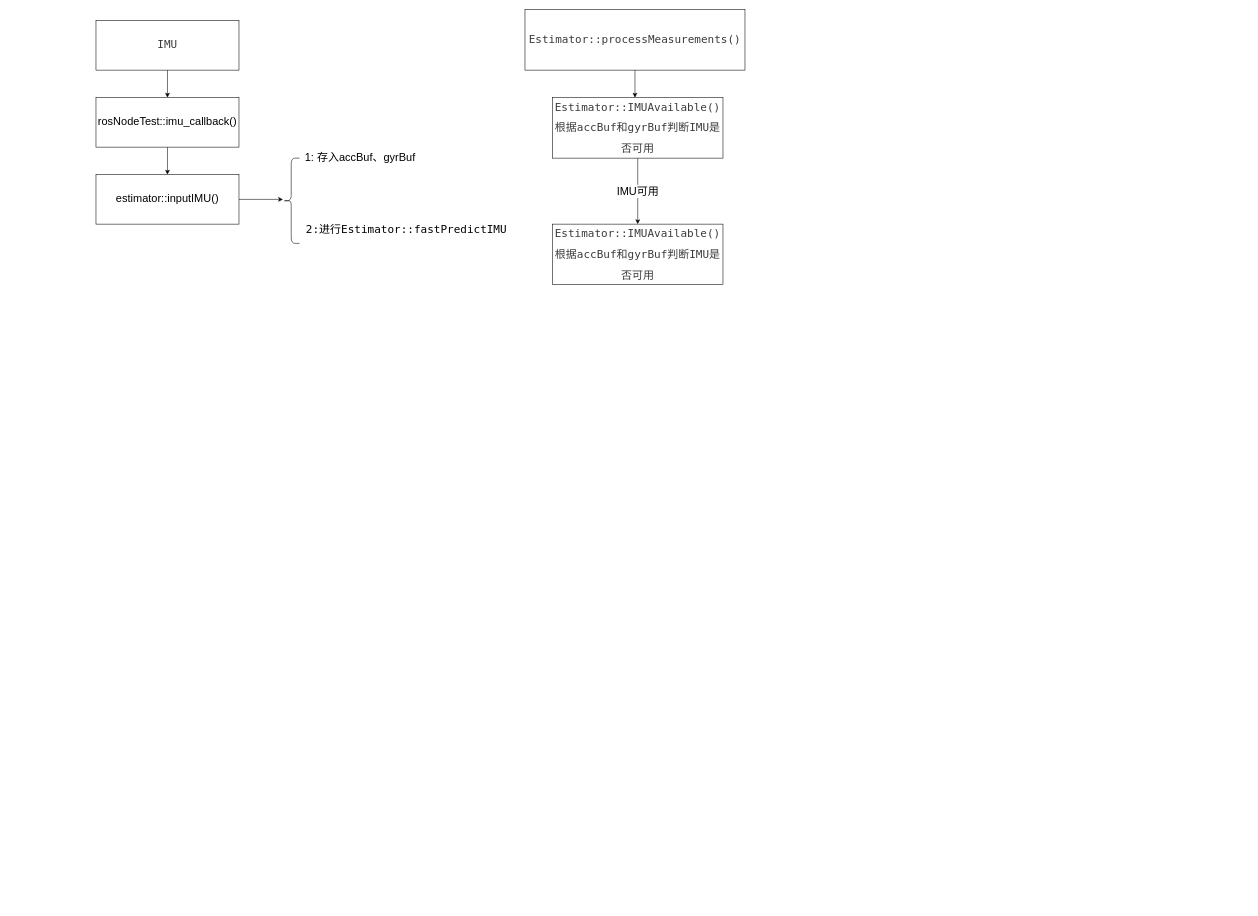
The draw.io diagram IMU阻塞处理.drawio in buyibo64/flowChart, before the edit. Source tidied: cells renumbered, new cells numbered last; positions are measured from the earlier drawing's top-left corner, leaving out a move shared by most shapes. Both pictures are drawn from the tidied source at 55%, with x=0, y=0 at pixel (96, 9).
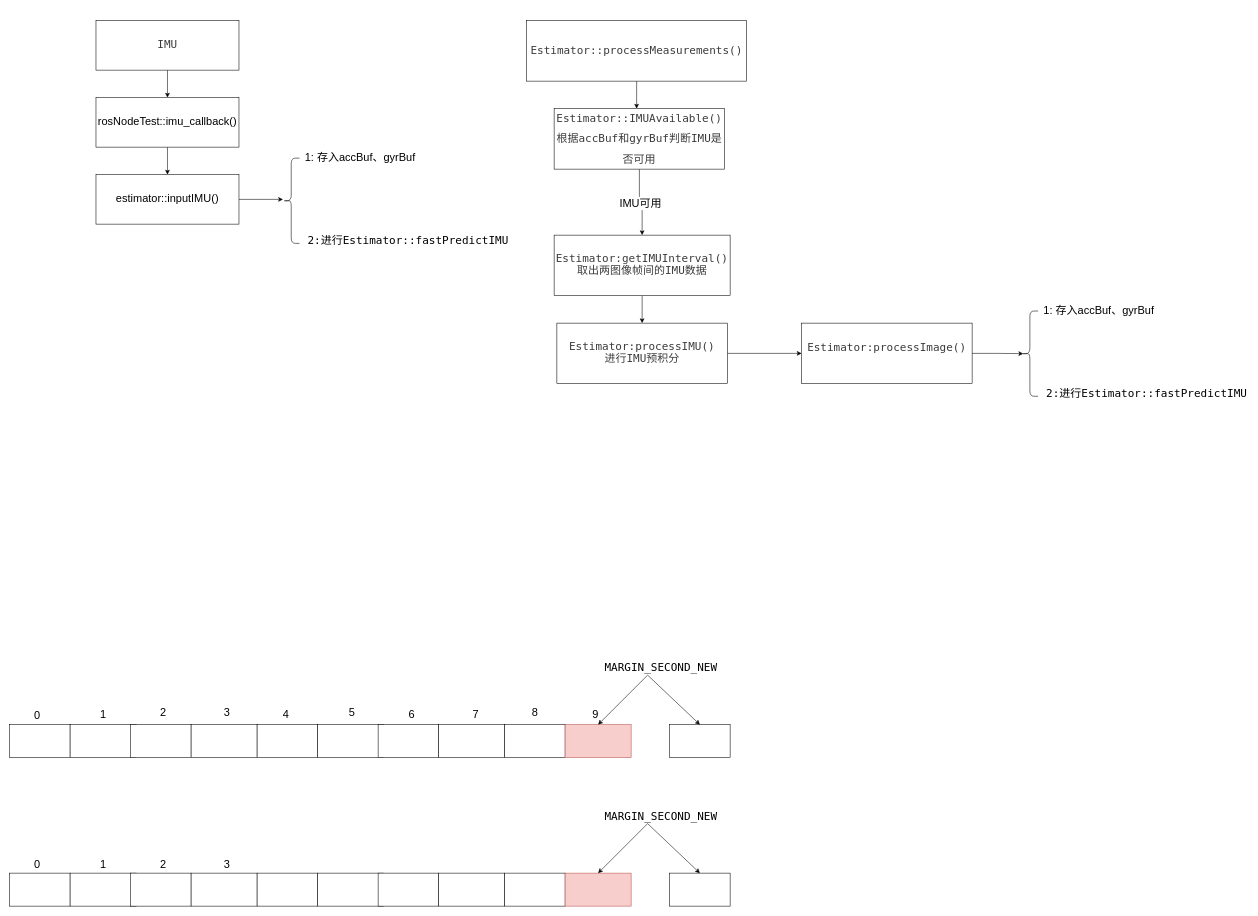
After the change.

Commit message:
更新IMU阻塞处理.drawio

The edit, as a diff of the source:
```diff
@@
     <mxCell id="10" value="&lt;font style=&quot;font-size: 20px;&quot;&gt;&lt;span class=&quot;mtk15&quot; style=&quot;font-family: &amp;quot;Droid Sans Mono&amp;quot;, &amp;quot;monospace&amp;quot;, monospace; font-style: normal; font-variant-ligatures: normal; font-variant-caps: normal; font-weight: 400; letter-spacing: normal; orphans: 2; text-align: start; text-indent: 0px; text-transform: none; widows: 2; word-spacing: 0px; -webkit-text-stroke-width: 0px; background-color: rgb(255, 255, 255); text-decoration-thickness: initial; text-decoration-style: initial; text-decoration-color: initial;&quot;&gt;2:进行Estimator&lt;/span&gt;&lt;span class=&quot;mtk1&quot; style=&quot;font-family: &amp;quot;Droid Sans Mono&amp;quot;, &amp;quot;monospace&amp;quot;, monospace; font-style: normal; font-variant-ligatures: normal; font-variant-caps: normal; font-weight: 400; letter-spacing: normal; orphans: 2; text-align: start; text-indent: 0px; text-transform: none; widows: 2; word-spacing: 0px; -webkit-text-stroke-width: 0px; background-color: rgb(255, 255, 255); text-decoration-thickness: initial; text-decoration-style: initial; text-decoration-color: initial;&quot;&gt;::&lt;/span&gt;&lt;span class=&quot;mtk14&quot; style=&quot;font-family: &amp;quot;Droid Sans Mono&amp;quot;, &amp;quot;monospace&amp;quot;, monospace; font-style: normal; font-variant-ligatures: normal; font-variant-caps: normal; font-weight: 400; letter-spacing: normal; orphans: 2; text-align: start; text-indent: 0px; text-transform: none; widows: 2; word-spacing: 0px; -webkit-text-stroke-width: 0px; background-color: rgb(255, 255, 255); text-decoration-thickness: initial; text-decoration-style: initial; text-decoration-color: initial;&quot;&gt;fastPredictIMU&lt;/span&gt;&lt;/font&gt;" style="text;whiteSpace=wrap;html=1;" parent="1" vertex="1">
-      <mxGeometry x="380" y="380" width="490" height="40" as="geometry" />
+      <mxGeometry x="383" y="400" width="370" height="40" as="geometry" />
     </mxCell>
     <mxCell id="11" style="edgeStyle=orthogonalEdgeStyle;rounded=0;jettySize=auto;html=1;exitX=0.5;exitY=1;exitDx=0;exitDy=0;" parent="1" edge="1" source="12">
       <mxGeometry relative="1" as="geometry">
-        <mxPoint x="980" y="160" as="targetPoint" />
+        <mxPoint x="983" y="180" as="targetPoint" />
       </mxGeometry>
     </mxCell>
     <mxCell id="12" value="&lt;div style=&quot;background-color: rgb(255, 255, 255); font-family: &amp;quot;Droid Sans Mono&amp;quot;, &amp;quot;monospace&amp;quot;, monospace; line-height: 196%; font-size: 20px;&quot;&gt;&lt;div style=&quot;line-height: 19px;&quot;&gt;&lt;font color=&quot;#3b3b3b&quot;&gt;Estimator::processMeasurements()&lt;/font&gt;&lt;/div&gt;&lt;/div&gt;" style="rounded=0;whiteSpace=wrap;html=1;" parent="1" vertex="1">
-      <mxGeometry x="780" width="400" height="110" as="geometry" />
+      <mxGeometry x="783" y="20" width="400" height="110" as="geometry" />
     </mxCell>
@@
     <mxCell id="15" value="&lt;div style=&quot;background-color: rgb(255, 255, 255); line-height: 196%;&quot;&gt;&lt;div style=&quot;line-height: 19px; font-size: 20px;&quot;&gt;&lt;div style=&quot;font-family: &amp;quot;Droid Sans Mono&amp;quot;, &amp;quot;monospace&amp;quot;, monospace; line-height: 19px;&quot;&gt;&lt;font color=&quot;#3b3b3b&quot;&gt;Estimator::IMUAvailable()&lt;/font&gt;&lt;/div&gt;&lt;div style=&quot;font-family: &amp;quot;Droid Sans Mono&amp;quot;, &amp;quot;monospace&amp;quot;, monospace; line-height: 19px;&quot;&gt;&lt;font color=&quot;#3b3b3b&quot;&gt;&lt;br&gt;&lt;/font&gt;&lt;/div&gt;&lt;div style=&quot;font-family: &amp;quot;Droid Sans Mono&amp;quot;, &amp;quot;monospace&amp;quot;, monospace; line-height: 19px;&quot;&gt;&lt;font color=&quot;#3b3b3b&quot;&gt;根据accBuf和gyrBuf判断IMU是&lt;/font&gt;&lt;/div&gt;&lt;div style=&quot;font-family: &amp;quot;Droid Sans Mono&amp;quot;, &amp;quot;monospace&amp;quot;, monospace; line-height: 19px;&quot;&gt;&lt;font color=&quot;#3b3b3b&quot;&gt;&lt;br&gt;&lt;/font&gt;&lt;/div&gt;&lt;div style=&quot;font-family: &amp;quot;Droid Sans Mono&amp;quot;, &amp;quot;monospace&amp;quot;, monospace; line-height: 19px;&quot;&gt;&lt;font color=&quot;#3b3b3b&quot;&gt;否可用&lt;/font&gt;&lt;/div&gt;&lt;/div&gt;&lt;/div&gt;" style="rounded=0;whiteSpace=wrap;html=1;" parent="1" vertex="1">
-      <mxGeometry x="830" y="160" width="310" height="110" as="geometry" />
+      <mxGeometry x="833" y="180" width="310" height="110" as="geometry" />
     </mxCell>
+    <mxCell id="17" style="edgeStyle=orthogonalEdgeStyle;rounded=0;jettySize=auto;html=1;exitX=0.5;exitY=1;exitDx=0;exitDy=0;entryX=0.5;entryY=0;entryDx=0;entryDy=0;" parent="1" edge="1" source="16" target="19">
+      <mxGeometry relative="1" as="geometry" />
+    </mxCell>
-    <mxCell id="16" value="&lt;div style=&quot;background-color: rgb(255, 255, 255); line-height: 196%;&quot;&gt;&lt;div style=&quot;line-height: 19px; font-size: 20px;&quot;&gt;&lt;div style=&quot;font-family: &amp;quot;Droid Sans Mono&amp;quot;, &amp;quot;monospace&amp;quot;, monospace; line-height: 19px;&quot;&gt;&lt;font color=&quot;#3b3b3b&quot;&gt;Estimator::IMUAvailable()&lt;/font&gt;&lt;/div&gt;&lt;div style=&quot;font-family: &amp;quot;Droid Sans Mono&amp;quot;, &amp;quot;monospace&amp;quot;, monospace; line-height: 19px;&quot;&gt;&lt;font color=&quot;#3b3b3b&quot;&gt;&lt;br&gt;&lt;/font&gt;&lt;/div&gt;&lt;div style=&quot;font-family: &amp;quot;Droid Sans Mono&amp;quot;, &amp;quot;monospace&amp;quot;, monospace; line-height: 19px;&quot;&gt;&lt;font color=&quot;#3b3b3b&quot;&gt;根据accBuf和gyrBuf判断IMU是&lt;/font&gt;&lt;/div&gt;&lt;div style=&quot;font-family: &amp;quot;Droid Sans Mono&amp;quot;, &amp;quot;monospace&amp;quot;, monospace; line-height: 19px;&quot;&gt;&lt;font color=&quot;#3b3b3b&quot;&gt;&lt;br&gt;&lt;/font&gt;&lt;/div&gt;&lt;div style=&quot;font-family: &amp;quot;Droid Sans Mono&amp;quot;, &amp;quot;monospace&amp;quot;, monospace; line-height: 19px;&quot;&gt;&lt;font color=&quot;#3b3b3b&quot;&gt;否可用&lt;/font&gt;&lt;/div&gt;&lt;/div&gt;&lt;/div&gt;" style="rounded=0;whiteSpace=wrap;html=1;" parent="1" vertex="1">
-      <mxGeometry x="830" y="390" width="310" height="110" as="geometry" />
+    <mxCell id="16" value="&lt;div style=&quot;background-color: rgb(255, 255, 255); line-height: 196%;&quot;&gt;&lt;div style=&quot;line-height: 19px;&quot;&gt;&lt;div style=&quot;font-family: &amp;quot;Droid Sans Mono&amp;quot;, &amp;quot;monospace&amp;quot;, monospace; line-height: 19px;&quot;&gt;&lt;div style=&quot;color: rgb(59, 59, 59); line-height: 19px;&quot;&gt;&lt;font style=&quot;font-size: 20px;&quot;&gt;Estimator:getIMUInterval()&lt;/font&gt;&lt;/div&gt;&lt;div style=&quot;color: rgb(59, 59, 59); line-height: 19px;&quot;&gt;&lt;span style=&quot;font-size: 20px;&quot;&gt;取出两图像帧间的IMU数据&lt;/span&gt;&lt;/div&gt;&lt;/div&gt;&lt;/div&gt;&lt;/div&gt;" style="rounded=0;whiteSpace=wrap;html=1;" parent="1" vertex="1">
+      <mxGeometry x="833" y="410" width="320" height="110" as="geometry" />
     </mxCell>
+    <mxCell id="18" style="edgeStyle=orthogonalEdgeStyle;rounded=0;jettySize=auto;html=1;exitX=1;exitY=0.5;exitDx=0;exitDy=0;entryX=0;entryY=0.5;entryDx=0;entryDy=0;" parent="1" edge="1" source="19" target="37">
+      <mxGeometry relative="1" as="geometry" />
+    </mxCell>
+    <mxCell id="19" value="&lt;div style=&quot;background-color: rgb(255, 255, 255); line-height: 196%;&quot;&gt;&lt;div style=&quot;line-height: 19px;&quot;&gt;&lt;div style=&quot;font-family: &amp;quot;Droid Sans Mono&amp;quot;, &amp;quot;monospace&amp;quot;, monospace; line-height: 19px;&quot;&gt;&lt;div style=&quot;color: rgb(59, 59, 59); line-height: 19px;&quot;&gt;&lt;font style=&quot;font-size: 20px;&quot;&gt;Estimator:processIMU&lt;/font&gt;&lt;span style=&quot;font-size: 20px;&quot;&gt;()&lt;/span&gt;&lt;/div&gt;&lt;div style=&quot;color: rgb(59, 59, 59); line-height: 19px;&quot;&gt;&lt;span style=&quot;font-size: 20px;&quot;&gt;进行IMU预积分&lt;/span&gt;&lt;/div&gt;&lt;/div&gt;&lt;/div&gt;&lt;/div&gt;" style="rounded=0;whiteSpace=wrap;html=1;" parent="1" vertex="1">
+      <mxGeometry x="838" y="570" width="310" height="110" as="geometry" />
+    </mxCell>
+    <mxCell id="20" style="rounded=0;whiteSpace=wrap;html=1;" parent="1" vertex="1">
+      <mxGeometry x="-157" y="1300" width="110" height="60" as="geometry" />
+    </mxCell>
+    <mxCell id="21" style="rounded=0;whiteSpace=wrap;html=1;" parent="1" vertex="1">
+      <mxGeometry x="-47" y="1300" width="120" height="60" as="geometry" />
+    </mxCell>
+    <mxCell id="22" style="rounded=0;whiteSpace=wrap;html=1;" parent="1" vertex="1">
+      <mxGeometry x="63" y="1300" width="110" height="60" as="geometry" />
+    </mxCell>
+    <mxCell id="23" style="rounded=0;whiteSpace=wrap;html=1;" parent="1" vertex="1">
+      <mxGeometry x="173" y="1300" width="120" height="60" as="geometry" />
+    </mxCell>
+    <mxCell id="24" style="rounded=0;whiteSpace=wrap;html=1;" parent="1" vertex="1">
+      <mxGeometry x="293" y="1300" width="110" height="60" as="geometry" />
+    </mxCell>
+    <mxCell id="25" style="rounded=0;whiteSpace=wrap;html=1;" parent="1" vertex="1">
+      <mxGeometry x="403" y="1300" width="120" height="60" as="geometry" />
+    </mxCell>
+    <mxCell id="26" style="rounded=0;whiteSpace=wrap;html=1;" parent="1" vertex="1">
+      <mxGeometry x="513" y="1300" width="110" height="60" as="geometry" />
+    </mxCell>
+    <mxCell id="27" style="rounded=0;whiteSpace=wrap;html=1;" parent="1" vertex="1">
+      <mxGeometry x="623" y="1300" width="120" height="60" as="geometry" />
+    </mxCell>
+    <mxCell id="28" style="rounded=0;whiteSpace=wrap;html=1;" parent="1" vertex="1">
+      <mxGeometry x="743" y="1300" width="110" height="60" as="geometry" />
+    </mxCell>
+    <mxCell id="29" style="rounded=0;whiteSpace=wrap;html=1;fillColor=#f8cecc;strokeColor=#b85450;" parent="1" vertex="1">
+      <mxGeometry x="853" y="1300" width="120" height="60" as="geometry" />
+    </mxCell>
+    <mxCell id="30" style="rounded=0;whiteSpace=wrap;html=1;" parent="1" vertex="1">
+      <mxGeometry x="1043" y="1300" width="110" height="60" as="geometry" />
+    </mxCell>
+    <mxCell id="31" value="&lt;font style=&quot;font-size: 20px;&quot;&gt;0&lt;/font&gt;" style="text;html=1;align=center;verticalAlign=middle;strokeColor=none;fillColor=none;" parent="1" vertex="1">
+      <mxGeometry x="-122" y="1263" width="30" height="40" as="geometry" />
+    </mxCell>
+    <mxCell id="32" value="&lt;font style=&quot;font-size: 20px;&quot;&gt;1&lt;/font&gt;" style="text;html=1;align=center;verticalAlign=middle;strokeColor=none;fillColor=none;" parent="1" vertex="1">
+      <mxGeometry x="-2" y="1260" width="30" height="40" as="geometry" />
+    </mxCell>
+    <mxCell id="33" value="&lt;font style=&quot;font-size: 20px;&quot;&gt;2&lt;/font&gt;" style="text;html=1;align=center;verticalAlign=middle;strokeColor=none;fillColor=none;" parent="1" vertex="1">
+      <mxGeometry x="107" y="1257" width="30" height="40" as="geometry" />
+    </mxCell>
+    <mxCell id="34" value="&lt;font style=&quot;font-size: 20px;&quot;&gt;3&lt;/font&gt;" style="text;html=1;align=center;verticalAlign=middle;strokeColor=none;fillColor=none;" parent="1" vertex="1">
+      <mxGeometry x="223" y="1257" width="30" height="40" as="geometry" />
+    </mxCell>
+    <mxCell id="35" style="endArrow=classic;startArrow=classic;html=1;rounded=0;exitX=0.5;exitY=0;exitDx=0;exitDy=0;entryX=0.5;entryY=0;entryDx=0;entryDy=0;" parent="1" edge="1" source="29" target="30">
+      <mxGeometry relative="1" as="geometry">
+        <Array as="points">
+          <mxPoint x="1003" y="1210" />
+        </Array>
+      </mxGeometry>
+    </mxCell>
+    <mxCell id="36" value="&lt;div style=&quot;background-color: rgb(255, 255, 255); font-family: &amp;quot;Droid Sans Mono&amp;quot;, &amp;quot;monospace&amp;quot;, monospace; font-weight: normal; line-height: 19px;&quot;&gt;&lt;div style=&quot;&quot;&gt;&lt;font style=&quot;font-size: 20px;&quot;&gt;MARGIN_SECOND_NEW&lt;/font&gt;&lt;/div&gt;&lt;/div&gt;" style="text;whiteSpace=wrap;html=1;" parent="1" vertex="1">
+      <mxGeometry x="923" y="1180" width="230" height="40" as="geometry" />
+    </mxCell>
+    <mxCell id="37" value="&lt;div style=&quot;background-color: rgb(255, 255, 255); line-height: 196%;&quot;&gt;&lt;div style=&quot;line-height: 19px;&quot;&gt;&lt;div style=&quot;font-family: &amp;quot;Droid Sans Mono&amp;quot;, &amp;quot;monospace&amp;quot;, monospace; line-height: 19px;&quot;&gt;&lt;div style=&quot;color: rgb(59, 59, 59); line-height: 19px;&quot;&gt;&lt;font style=&quot;font-size: 20px;&quot;&gt;Estimator:processImage&lt;/font&gt;&lt;span style=&quot;font-size: 20px;&quot;&gt;()&lt;/span&gt;&lt;/div&gt;&lt;div style=&quot;color: rgb(59, 59, 59); line-height: 19px;&quot;&gt;&lt;br&gt;&lt;/div&gt;&lt;/div&gt;&lt;/div&gt;&lt;/div&gt;" style="rounded=0;whiteSpace=wrap;html=1;" parent="1" vertex="1">
+      <mxGeometry x="1283" y="570" width="310" height="110" as="geometry" />
+    </mxCell>
+    <mxCell id="38" style="rounded=0;whiteSpace=wrap;html=1;" parent="1" vertex="1">
+      <mxGeometry x="-157" y="1570" width="110" height="60" as="geometry" />
+    </mxCell>
+    <mxCell id="39" style="rounded=0;whiteSpace=wrap;html=1;" parent="1" vertex="1">
+      <mxGeometry x="-47" y="1570" width="120" height="60" as="geometry" />
+    </mxCell>
+    <mxCell id="40" style="rounded=0;whiteSpace=wrap;html=1;" parent="1" vertex="1">
+      <mxGeometry x="63" y="1570" width="110" height="60" as="geometry" />
+    </mxCell>
+    <mxCell id="41" style="rounded=0;whiteSpace=wrap;html=1;" parent="1" vertex="1">
+      <mxGeometry x="173" y="1570" width="120" height="60" as="geometry" />
+    </mxCell>
+    <mxCell id="42" style="rounded=0;whiteSpace=wrap;html=1;" parent="1" vertex="1">
+      <mxGeometry x="293" y="1570" width="110" height="60" as="geometry" />
+    </mxCell>
+    <mxCell id="43" style="rounded=0;whiteSpace=wrap;html=1;" parent="1" vertex="1">
+      <mxGeometry x="403" y="1570" width="120" height="60" as="geometry" />
+    </mxCell>
+    <mxCell id="44" style="rounded=0;whiteSpace=wrap;html=1;" parent="1" vertex="1">
+      <mxGeometry x="513" y="1570" width="110" height="60" as="geometry" />
+    </mxCell>
+    <mxCell id="45" style="rounded=0;whiteSpace=wrap;html=1;" parent="1" vertex="1">
+      <mxGeometry x="623" y="1570" width="120" height="60" as="geometry" />
+    </mxCell>
+    <mxCell id="46" style="rounded=0;whiteSpace=wrap;html=1;" parent="1" vertex="1">
+      <mxGeometry x="743" y="1570" width="110" height="60" as="geometry" />
+    </mxCell>
+    <mxCell id="47" style="rounded=0;whiteSpace=wrap;html=1;fillColor=#f8cecc;strokeColor=#b85450;" parent="1" vertex="1">
+      <mxGeometry x="853" y="1570" width="120" height="60" as="geometry" />
+    </mxCell>
+    <mxCell id="48" style="rounded=0;whiteSpace=wrap;html=1;" parent="1" vertex="1">
+      <mxGeometry x="1043" y="1570" width="110" height="60" as="geometry" />
+    </mxCell>
+    <mxCell id="49" value="&lt;font style=&quot;font-size: 20px;&quot;&gt;0&lt;/font&gt;" style="text;html=1;align=center;verticalAlign=middle;strokeColor=none;fillColor=none;" parent="1" vertex="1">
+      <mxGeometry x="-122" y="1533" width="30" height="40" as="geometry" />
+    </mxCell>
+    <mxCell id="50" value="&lt;font style=&quot;font-size: 20px;&quot;&gt;1&lt;/font&gt;" style="text;html=1;align=center;verticalAlign=middle;strokeColor=none;fillColor=none;" parent="1" vertex="1">
+      <mxGeometry x="-2" y="1533" width="30" height="40" as="geometry" />
+    </mxCell>
+    <mxCell id="51" value="&lt;font style=&quot;font-size: 20px;&quot;&gt;2&lt;/font&gt;" style="text;html=1;align=center;verticalAlign=middle;strokeColor=none;fillColor=none;" parent="1" vertex="1">
+      <mxGeometry x="107" y="1533" width="30" height="40" as="geometry" />
+    </mxCell>
+    <mxCell id="52" value="&lt;font style=&quot;font-size: 20px;&quot;&gt;3&lt;/font&gt;" style="text;html=1;align=center;verticalAlign=middle;strokeColor=none;fillColor=none;" parent="1" vertex="1">
+      <mxGeometry x="223" y="1533" width="30" height="40" as="geometry" />
+    </mxCell>
+    <mxCell id="53" style="endArrow=classic;startArrow=classic;html=1;rounded=0;exitX=0.5;exitY=0;exitDx=0;exitDy=0;entryX=0.5;entryY=0;entryDx=0;entryDy=0;" parent="1" edge="1" source="47" target="48">
+      <mxGeometry relative="1" as="geometry">
+        <Array as="points">
+          <mxPoint x="1003" y="1480" />
+        </Array>
+      </mxGeometry>
+    </mxCell>
+    <mxCell id="54" value="&lt;div style=&quot;background-color: rgb(255, 255, 255); font-family: &amp;quot;Droid Sans Mono&amp;quot;, &amp;quot;monospace&amp;quot;, monospace; font-weight: normal; line-height: 19px;&quot;&gt;&lt;div style=&quot;&quot;&gt;&lt;font style=&quot;font-size: 20px;&quot;&gt;MARGIN_SECOND_NEW&lt;/font&gt;&lt;/div&gt;&lt;/div&gt;" style="text;whiteSpace=wrap;html=1;" parent="1" vertex="1">
+      <mxGeometry x="923" y="1450" width="230" height="40" as="geometry" />
+    </mxCell>
+    <mxCell id="55" value="&lt;font style=&quot;font-size: 20px;&quot;&gt;4&lt;/font&gt;" style="text;html=1;align=center;verticalAlign=middle;strokeColor=none;fillColor=none;" parent="1" vertex="1">
+      <mxGeometry x="330" y="1260" width="30" height="40" as="geometry" />
+    </mxCell>
+    <mxCell id="56" value="&lt;font style=&quot;font-size: 20px;&quot;&gt;5&lt;/font&gt;" style="text;html=1;align=center;verticalAlign=middle;strokeColor=none;fillColor=none;" parent="1" vertex="1">
+      <mxGeometry x="450" y="1257" width="30" height="40" as="geometry" />
+    </mxCell>
+    <mxCell id="57" value="&lt;font style=&quot;font-size: 20px;&quot;&gt;6&lt;/font&gt;" style="text;html=1;align=center;verticalAlign=middle;strokeColor=none;fillColor=none;" parent="1" vertex="1">
+      <mxGeometry x="559" y="1260" width="30" height="40" as="geometry" />
+    </mxCell>
+    <mxCell id="58" value="&lt;font style=&quot;font-size: 20px;&quot;&gt;7&lt;/font&gt;" style="text;html=1;align=center;verticalAlign=middle;strokeColor=none;fillColor=none;" parent="1" vertex="1">
+      <mxGeometry x="675" y="1260" width="30" height="40" as="geometry" />
+    </mxCell>
+    <mxCell id="59" value="&lt;font style=&quot;font-size: 20px;&quot;&gt;8&lt;/font&gt;" style="text;html=1;align=center;verticalAlign=middle;strokeColor=none;fillColor=none;" parent="1" vertex="1">
+      <mxGeometry x="783" y="1257" width="30" height="40" as="geometry" />
+    </mxCell>
+    <mxCell id="60" value="&lt;font style=&quot;font-size: 20px;&quot;&gt;9&lt;/font&gt;" style="text;html=1;align=center;verticalAlign=middle;strokeColor=none;fillColor=none;" parent="1" vertex="1">
+      <mxGeometry x="893" y="1260" width="30" height="40" as="geometry" />
+    </mxCell>
+    <mxCell id="61" style="shape=curlyBracket;whiteSpace=wrap;html=1;rounded=1;labelPosition=left;verticalLabelPosition=middle;align=right;verticalAlign=middle;" parent="1" vertex="1">
+      <mxGeometry x="1683" y="548" width="30" height="155" as="geometry" />
+    </mxCell>
+    <mxCell id="62" value="&lt;font style=&quot;font-size: 20px;&quot;&gt;1: 存入accBuf、gyrBuf&lt;br&gt;&lt;br&gt;&lt;/font&gt;" style="text;html=1;align=center;verticalAlign=middle;strokeColor=none;fillColor=none;" parent="1" vertex="1">
+      <mxGeometry x="1713" y="528" width="220" height="60" as="geometry" />
+    </mxCell>
+    <mxCell id="63" value="&lt;font style=&quot;font-size: 20px;&quot;&gt;&lt;span class=&quot;mtk15&quot; style=&quot;font-family: &amp;quot;Droid Sans Mono&amp;quot;, &amp;quot;monospace&amp;quot;, monospace; font-style: normal; font-variant-ligatures: normal; font-variant-caps: normal; font-weight: 400; letter-spacing: normal; orphans: 2; text-align: start; text-indent: 0px; text-transform: none; widows: 2; word-spacing: 0px; -webkit-text-stroke-width: 0px; background-color: rgb(255, 255, 255); text-decoration-thickness: initial; text-decoration-style: initial; text-decoration-color: initial;&quot;&gt;2:进行Estimator&lt;/span&gt;&lt;span class=&quot;mtk1&quot; style=&quot;font-family: &amp;quot;Droid Sans Mono&amp;quot;, &amp;quot;monospace&amp;quot;, monospace; font-style: normal; font-variant-ligatures: normal; font-variant-caps: normal; font-weight: 400; letter-spacing: normal; orphans: 2; text-align: start; text-indent: 0px; text-transform: none; widows: 2; word-spacing: 0px; -webkit-text-stroke-width: 0px; background-color: rgb(255, 255, 255); text-decoration-thickness: initial; text-decoration-style: initial; text-decoration-color: initial;&quot;&gt;::&lt;/span&gt;&lt;span class=&quot;mtk14&quot; style=&quot;font-family: &amp;quot;Droid Sans Mono&amp;quot;, &amp;quot;monospace&amp;quot;, monospace; font-style: normal; font-variant-ligatures: normal; font-variant-caps: normal; font-weight: 400; letter-spacing: normal; orphans: 2; text-align: start; text-indent: 0px; text-transform: none; widows: 2; word-spacing: 0px; -webkit-text-stroke-width: 0px; background-color: rgb(255, 255, 255); text-decoration-thickness: initial; text-decoration-style: initial; text-decoration-color: initial;&quot;&gt;fastPredictIMU&lt;/span&gt;&lt;/font&gt;" style="text;whiteSpace=wrap;html=1;" parent="1" vertex="1">
+      <mxGeometry x="1726" y="678" width="370" height="40" as="geometry" />
+    </mxCell>
+    <mxCell id="64" style="edgeStyle=orthogonalEdgeStyle;rounded=0;jettySize=auto;html=1;exitX=1;exitY=0.5;exitDx=0;exitDy=0;entryX=0.1;entryY=0.5;entryDx=0;entryDy=0;entryPerimeter=0;" parent="1" edge="1" source="37" target="61">
+      <mxGeometry relative="1" as="geometry" />
+    </mxCell>
```
